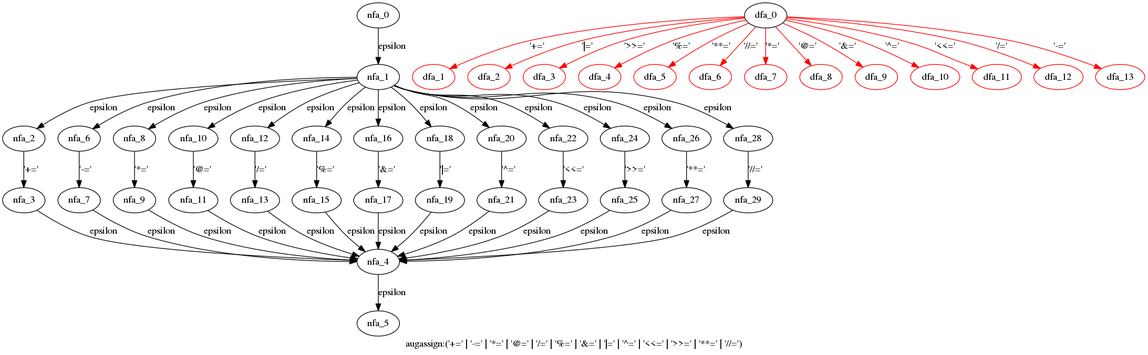
Earlier version of the Graphviz export cpython/grammar/handwrite/nfa_dfas/19.augassign.dot.png (WinChua/blog). Its source is kept beside it as cpython/grammar/handwrite/nfa_dfas/19.augassign.dot.
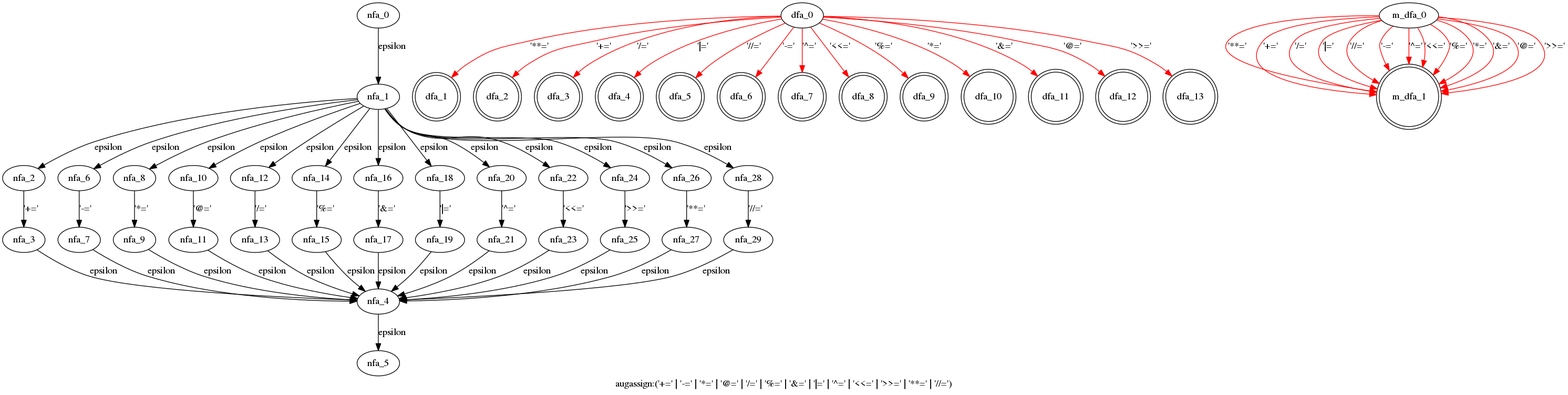
The same file after the commit.

The edit, as a diff of the source:
```diff
@@ -44,31 +44,47 @@
   nfa_29->nfa_4[label="epsilon"]
   }
  subgraph augassign_dfa {
-  dfa_0->dfa_1[label="'+='",color=red]
-  dfa_0->dfa_2[label="'|='",color=red]
-  dfa_0->dfa_3[label="'>>='",color=red]
-  dfa_0->dfa_4[label="'%='",color=red]
-  dfa_0->dfa_5[label="'**='",color=red]
-  dfa_0->dfa_6[label="'//='",color=red]
-  dfa_0->dfa_7[label="'*='",color=red]
-  dfa_0->dfa_8[label="'@='",color=red]
-  dfa_0->dfa_9[label="'&='",color=red]
-  dfa_0->dfa_10[label="'^='",color=red]
-  dfa_0->dfa_11[label="'<<='",color=red]
-  dfa_0->dfa_12[label="'/='",color=red]
-  dfa_0->dfa_13[label="'-='",color=red]
-  dfa_1[color=red]
-  dfa_2[color=red]
-  dfa_3[color=red]
-  dfa_4[color=red]
-  dfa_5[color=red]
-  dfa_6[color=red]
-  dfa_7[color=red]
-  dfa_8[color=red]
-  dfa_9[color=red]
-  dfa_10[color=red]
-  dfa_11[color=red]
-  dfa_12[color=red]
-  dfa_13[color=red]
+  dfa_0->dfa_1[label="'**='",color=red]
+  dfa_0->dfa_2[label="'+='",color=red]
+  dfa_0->dfa_3[label="'/='",color=red]
+  dfa_0->dfa_4[label="'|='",color=red]
+  dfa_0->dfa_5[label="'//='",color=red]
+  dfa_0->dfa_6[label="'-='",color=red]
+  dfa_0->dfa_7[label="'^='",color=red]
+  dfa_0->dfa_8[label="'<<='",color=red]
+  dfa_0->dfa_9[label="'%='",color=red]
+  dfa_0->dfa_10[label="'*='",color=red]
+  dfa_0->dfa_11[label="'&='",color=red]
+  dfa_0->dfa_12[label="'@='",color=red]
+  dfa_0->dfa_13[label="'>>='",color=red]
+  dfa_1[shape=doublecircle]
+  dfa_2[shape=doublecircle]
+  dfa_3[shape=doublecircle]
+  dfa_4[shape=doublecircle]
+  dfa_5[shape=doublecircle]
+  dfa_6[shape=doublecircle]
+  dfa_7[shape=doublecircle]
+  dfa_8[shape=doublecircle]
+  dfa_9[shape=doublecircle]
+  dfa_10[shape=doublecircle]
+  dfa_11[shape=doublecircle]
+  dfa_12[shape=doublecircle]
+  dfa_13[shape=doublecircle]
+  }
+ subgraph augassign_m_dfa {
+  m_dfa_0->m_dfa_1[label="'**='",color=red]
+  m_dfa_0->m_dfa_1[label="'+='",color=red]
+  m_dfa_0->m_dfa_1[label="'/='",color=red]
+  m_dfa_0->m_dfa_1[label="'|='",color=red]
+  m_dfa_0->m_dfa_1[label="'//='",color=red]
+  m_dfa_0->m_dfa_1[label="'-='",color=red]
+  m_dfa_0->m_dfa_1[label="'^='",color=red]
+  m_dfa_0->m_dfa_1[label="'<<='",color=red]
+  m_dfa_0->m_dfa_1[label="'%='",color=red]
+  m_dfa_0->m_dfa_1[label="'*='",color=red]
+  m_dfa_0->m_dfa_1[label="'&='",color=red]
+  m_dfa_0->m_dfa_1[label="'@='",color=red]
+  m_dfa_0->m_dfa_1[label="'>>='",color=red]
+  m_dfa_1[shape=doublecircle]
   }
 }
```
